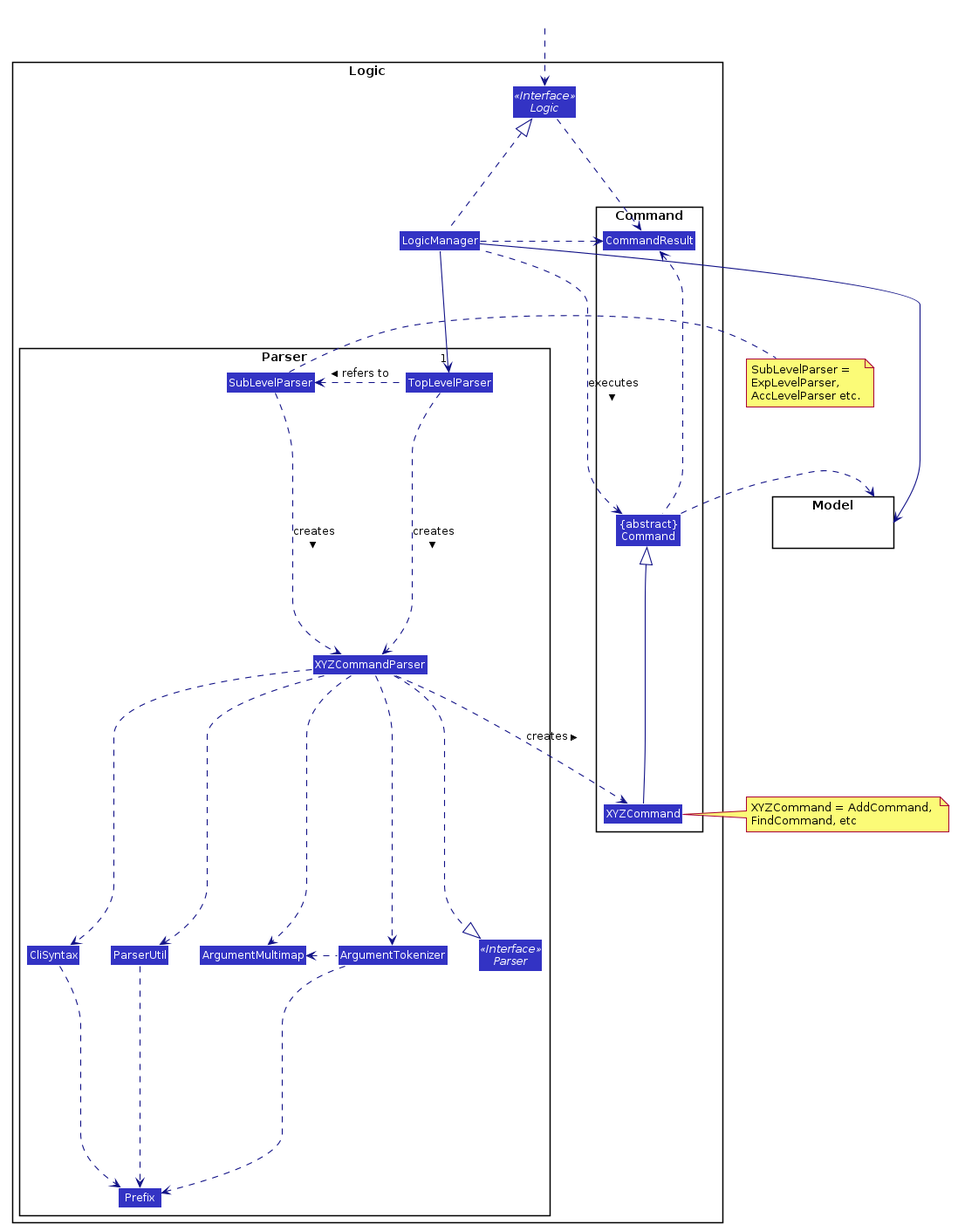
The PlantUML diagram images/LogicClassDiagram.png in AY1920S2-CS2103T-T10-3/main, before a commit.
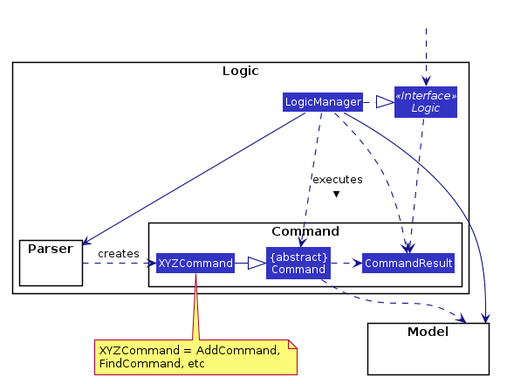
Later version of the same file.

Change to the diagram source:
```diff
@@ -54,15 +54,6 @@
 package Logic {
 
 package Parser {
-Interface Parser <<Interface>>
-Class TopLevelParser
-Class SubLevelParser
-Class XYZCommandParser
-Class CliSyntax
-Class ParserUtil
-Class ArgumentMultimap
-Class ArgumentTokenizer
-Class Prefix
 }
 
 package Command {
@@ -82,34 +73,20 @@
 Class HiddenOutside #FFFFFF
 HiddenOutside ..> Logic
 
-LogicManager .up.|> Logic
-LogicManager -->"1" TopLevelParser
-TopLevelParser .down.> XYZCommandParser: creates >
-TopLevelParser .left.> SubLevelParser : refers to >
-SubLevelParser ..> XYZCommandParser : creates >
-note right of SubLevelParser: SubLevelParser = \nExpLevelParser,\nAccLevelParser etc.
+LogicManager .right.|> Logic
+LogicManager -down-> Parser
+
+Parser .right.> XYZCommand : creates
+
+XYZCommand -|> Command
+LogicManager ..> Command : executes >
+
+LogicManager --> Model
+Command ..> Model
+note bottom of XYZCommand: XYZCommand = AddCommand, \nFindCommand, etc
 
 
-XYZCommandParser ..> XYZCommand : creates >
-XYZCommandParser ..|> Parser
-XYZCommandParser ..> ArgumentMultimap
-XYZCommandParser ..> ArgumentTokenizer
-ArgumentTokenizer .left.> ArgumentMultimap
-XYZCommandParser ..> CliSyntax
-CliSyntax ..> Prefix
-XYZCommandParser ..> ParserUtil
-ParserUtil .down.> Prefix
-ArgumentTokenizer .down.> Prefix
-XYZCommand -up-|> Command
-LogicManager .left.> Command : executes >
-
-LogicManager --> Model
-Command .right.> Model
-note right of XYZCommand: XYZCommand = AddCommand, \nFindCommand, etc
-
-
-Logic ..> CommandResult
+Logic .down.> CommandResult
 LogicManager .down.> CommandResult
-Command .up.> CommandResult
-CommandResult -[hidden]-> Parser
+Command .> CommandResult
 @enduml
```
